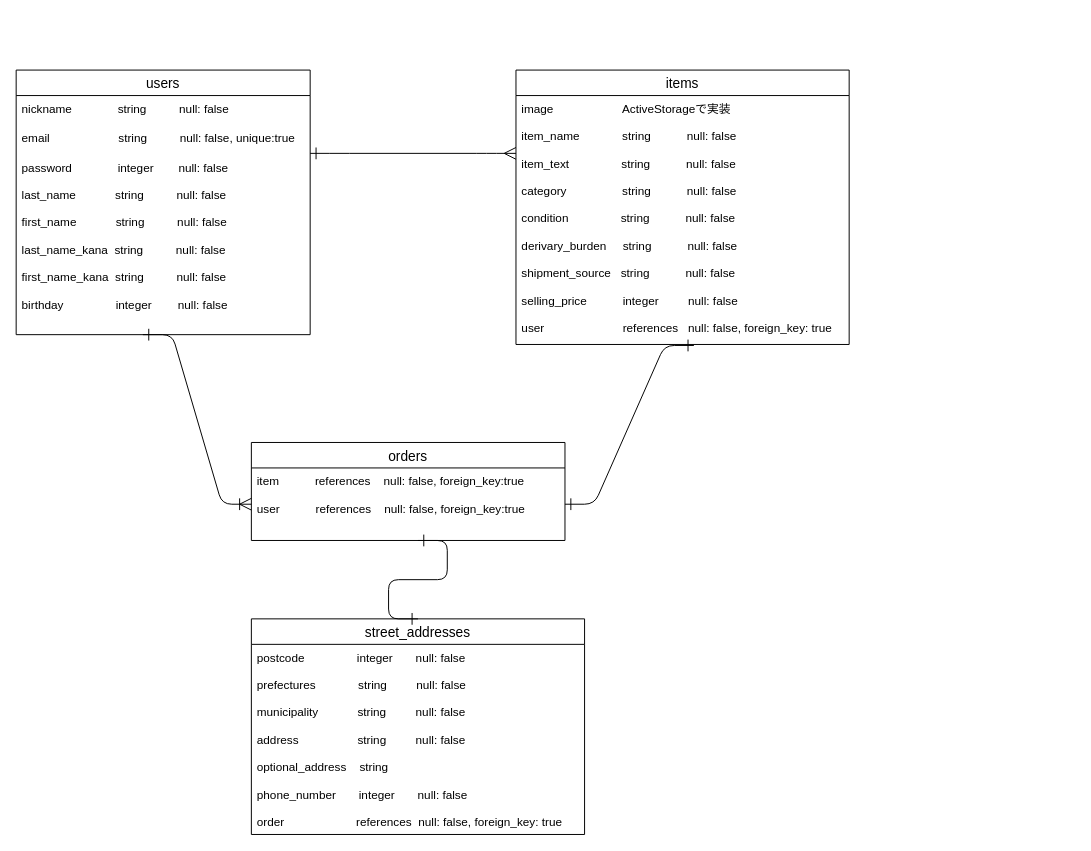
Before: datadase.drawio in Cobo-chan/furima-32350, a draw.io diagram. Source tidied: cells renumbered, new cells numbered last; positions are measured from the earlier drawing's top-left corner, leaving out a move shared by most shapes. Both pictures are drawn from the tidied source at 98%, with x=0, y=0 at pixel (16, 70).
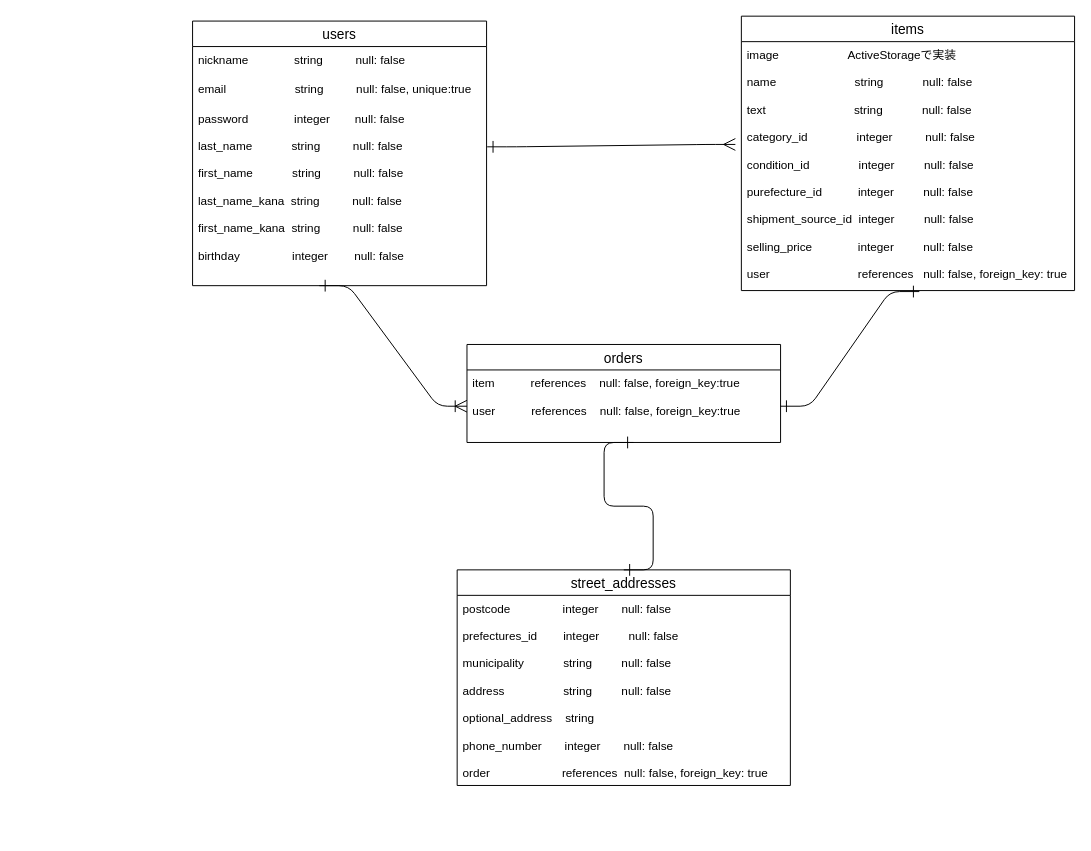
Above is the later version.

Commit message (it also covers changes not shown here):
テーブル設計 修正

What changed in the source:
```diff
@@
 <mxGraphModel>
   <root>
     <mxCell id="0" />
     <mxCell id="1" parent="0" />
     <mxCell id="2" value="users" style="swimlane;fontStyle=0;horizontal=1;startSize=26;align=center;fontSize=14;" parent="1" vertex="1">
-      <mxGeometry width="300" height="270" as="geometry" />
+      <mxGeometry x="180" y="-50" width="300" height="270" as="geometry" />
     </mxCell>
     <mxCell id="3" value="nickname              string          null: false" style="text;strokeColor=none;fillColor=none;spacingLeft=4;spacingRight=4;overflow=hidden;fontSize=12;" parent="2" vertex="1">
       <mxGeometry y="26" width="300" height="30" as="geometry" />
     </mxCell>
     <mxCell id="4" value="email                     string          null: false, unique:true" style="text;strokeColor=none;fillColor=none;spacingLeft=4;spacingRight=4;overflow=hidden;fontSize=12;" parent="2" vertex="1">
       <mxGeometry y="56" width="300" height="30" as="geometry" />
     </mxCell>
     <mxCell id="5" value="password              integer    　null: false&#10;&#10;last_name            string          null: false&#10;&#10;first_name            string          null: false&#10;&#10;last_name_kana  string          null: false&#10;&#10;first_name_kana  string          null: false&#10;&#10;birthday                integer        null: false&#10;" style="text;strokeColor=none;fillColor=none;spacingLeft=4;spacingRight=4;overflow=hidden;points=[[0,0.5],[1,0.5]];portConstraint=eastwest;fontSize=12;" parent="2" vertex="1">
       <mxGeometry y="86" width="300" height="184" as="geometry" />
     </mxCell>
     <mxCell id="6" value="items" style="swimlane;fontStyle=0;horizontal=1;startSize=26;align=center;fontSize=14;" parent="1" vertex="1">
-      <mxGeometry x="510" width="340" height="280" as="geometry" />
+      <mxGeometry x="740" y="-55" width="340" height="280" as="geometry" />
     </mxCell>
-    <mxCell id="7" value="image                     ActiveStorageで実装&#10;&#10;item_name             string           null: false &#10;&#10;item_text                string           null: false&#10;&#10;category                 string           null: false&#10;&#10;condition                string           null: false&#10;&#10;derivary_burden     string           null: false&#10;&#10;shipment_source   string           null: false&#10;&#10;selling_price           integer         null: false&#10;&#10;user                        references   null: false, foreign_key: true" style="text;strokeColor=none;fillColor=none;spacingLeft=4;spacingRight=4;overflow=hidden;points=[[0,0.5],[1,0.5]];portConstraint=eastwest;fontSize=12;" parent="6" vertex="1">
+    <mxCell id="7" value="image                     ActiveStorageで実装&#10;&#10;name                        string            null: false &#10;&#10;text                           string            null: false&#10;&#10;category_id               integer          null: false&#10;&#10;condition_id               integer         null: false&#10;&#10;purefecture_id           integer         null: false&#10;&#10;shipment_source_id  integer         null: false&#10;&#10;selling_price              integer         null: false&#10;&#10;user                           references   null: false, foreign_key: true" style="text;strokeColor=none;fillColor=none;spacingLeft=4;spacingRight=4;overflow=hidden;points=[[0,0.5],[1,0.5]];portConstraint=eastwest;fontSize=12;" parent="6" vertex="1">
       <mxGeometry y="26" width="340" height="254" as="geometry" />
     </mxCell>
     <mxCell id="8" value="orders" style="swimlane;fontStyle=0;horizontal=1;startSize=26;align=center;fontSize=14;" parent="1" vertex="1">
-      <mxGeometry x="240" y="380" width="320" height="100" as="geometry" />
+      <mxGeometry x="460" y="280" width="320" height="100" as="geometry" />
     </mxCell>
     <mxCell id="9" value="item           references    null: false, foreign_key:true&#10;&#10;user           references    null: false, foreign_key:true" style="text;strokeColor=none;fillColor=none;spacingLeft=4;spacingRight=4;overflow=hidden;points=[[0,0.5],[1,0.5]];portConstraint=eastwest;fontSize=12;" parent="8" vertex="1">
       <mxGeometry y="26" width="320" height="74" as="geometry" />
     </mxCell>
     <mxCell id="10" value="street_addresses" style="swimlane;fontStyle=0;horizontal=1;startSize=26;align=center;fontSize=14;" parent="1" vertex="1">
-      <mxGeometry x="240" y="560" width="340" height="220" as="geometry" />
+      <mxGeometry x="450" y="510" width="340" height="220" as="geometry" />
     </mxCell>
-    <mxCell id="11" value="postcode                integer       null: false&#10;&#10;prefectures             string         null: false&#10;&#10;municipality            string         null: false&#10;&#10;address                  string         null: false&#10;&#10;optional_address    string    &#10;&#10;phone_number       integer       null: false&#10;&#10;order                      references  null: false, foreign_key: true" style="text;strokeColor=none;fillColor=none;spacingLeft=4;spacingRight=4;overflow=hidden;fontSize=12;" parent="10" vertex="1">
+    <mxCell id="11" value="postcode                integer       null: false&#10;&#10;prefectures_id        integer         null: false&#10;&#10;municipality            string         null: false&#10;&#10;address                  string         null: false&#10;&#10;optional_address    string    &#10;&#10;phone_number       integer       null: false&#10;&#10;order                      references  null: false, foreign_key: true" style="text;strokeColor=none;fillColor=none;spacingLeft=4;spacingRight=4;overflow=hidden;fontSize=12;" parent="10" vertex="1">
       <mxGeometry y="26" width="340" height="194" as="geometry" />
     </mxCell>
-    <mxCell id="12" style="edgeStyle=entityRelationEdgeStyle;fontSize=12;html=1;endArrow=ERmany;endFill=0;startArrow=ERone;startFill=0;jumpSize=6;endSize=10;startSize=10;" parent="1" edge="1">
-      <mxGeometry relative="1" as="geometry">
-        <mxPoint x="300" y="85" as="sourcePoint" />
-        <mxPoint x="510" y="85" as="targetPoint" />
-      </mxGeometry>
+    <mxCell id="12" style="edgeStyle=entityRelationEdgeStyle;fontSize=12;html=1;endArrow=ERmany;endFill=0;startArrow=ERone;startFill=0;jumpSize=6;endSize=10;startSize=10;entryX=-0.018;entryY=0.413;entryDx=0;entryDy=0;entryPerimeter=0;exitX=1.002;exitY=0.23;exitDx=0;exitDy=0;exitPerimeter=0;" parent="1" edge="1" source="5" target="7">
+      <mxGeometry relative="1" as="geometry" />
     </mxCell>
     <mxCell id="13" style="edgeStyle=entityRelationEdgeStyle;fontSize=12;html=1;endArrow=ERoneToMany;entryX=0;entryY=0.5;entryDx=0;entryDy=0;exitX=0.431;exitY=1;exitDx=0;exitDy=0;exitPerimeter=0;endSize=10;startSize=10;startArrow=ERone;startFill=0;" parent="1" edge="1" source="5" target="9">
       <mxGeometry relative="1" as="geometry" />
     </mxCell>
     <mxCell id="14" style="edgeStyle=entityRelationEdgeStyle;fontSize=12;html=1;endArrow=ERone;startArrow=ERone;entryX=0.534;entryY=1.004;entryDx=0;entryDy=0;entryPerimeter=0;endFill=0;startFill=0;endSize=10;startSize=10;exitX=1;exitY=0.5;exitDx=0;exitDy=0;" parent="1" edge="1" source="9" target="7">
       <mxGeometry relative="1" as="geometry" />
     </mxCell>
     <mxCell id="15" style="edgeStyle=entityRelationEdgeStyle;fontSize=12;html=1;endArrow=ERone;startArrow=ERone;exitX=0.5;exitY=0;exitDx=0;exitDy=0;entryX=0.531;entryY=1;entryDx=0;entryDy=0;entryPerimeter=0;endFill=0;endSize=10;startSize=10;startFill=0;" parent="1" edge="1" source="10" target="9">
       <mxGeometry relative="1" as="geometry" />
     </mxCell>
   </root>
 </mxGraphModel>
```
